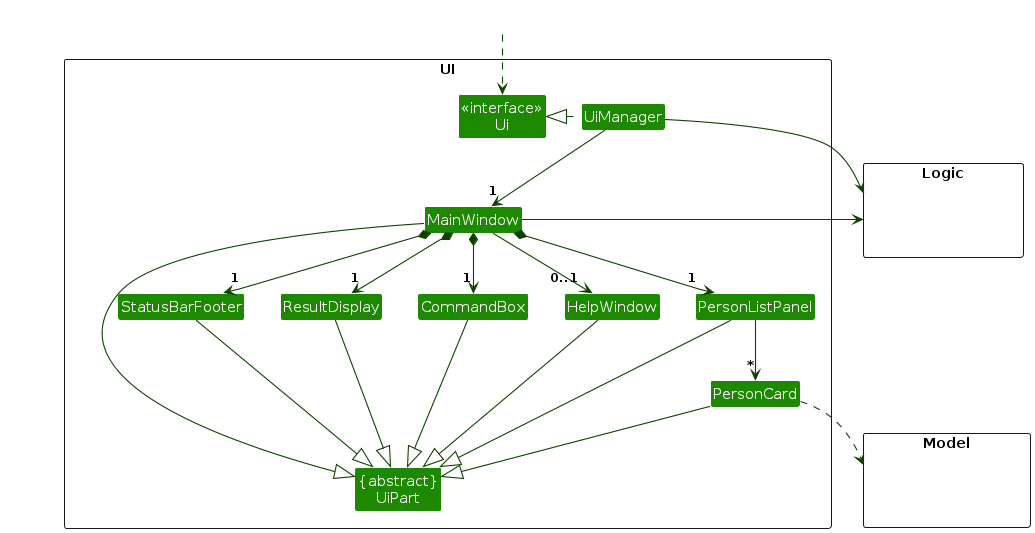
Before: diagrams/UiClassDiagram.png, a diagram exported from PlantUML (AY2627S1-CS2103T-W13-4/tp). Its source is kept beside it as diagrams/UiClassDiagram.puml.
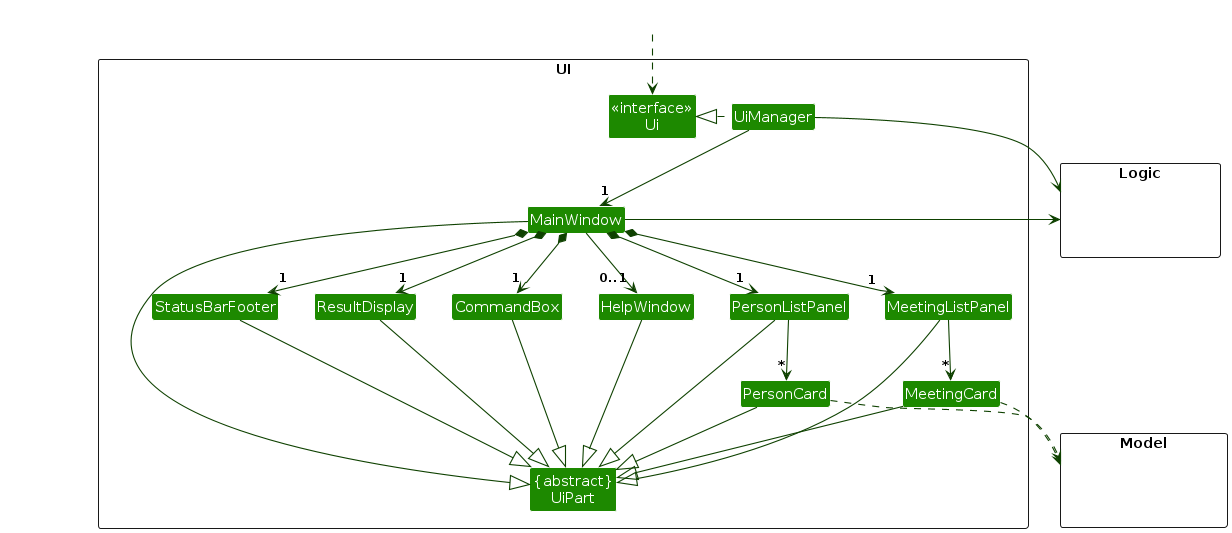
After the commit.

Change to the diagram source:
```diff
@@ -5,24 +5,26 @@
 skinparam classBackgroundColor UI_COLOR
 
 package UI <<Rectangle>>{
-Class "<<interface>>\nUi" as Ui
-Class "{abstract}\nUiPart" as UiPart
-Class UiManager
-Class MainWindow
-Class HelpWindow
-Class ResultDisplay
-Class PersonListPanel
-Class PersonCard
-Class StatusBarFooter
-Class CommandBox
+    Class "<<interface>>\nUi" as Ui
+    Class "{abstract}\nUiPart" as UiPart
+    Class UiManager
+    Class MainWindow
+    Class HelpWindow
+    Class ResultDisplay
+    Class PersonListPanel
+    Class PersonCard
+    Class MeetingListPanel
+    Class MeetingCard
+    Class StatusBarFooter
+    Class CommandBox
 }
 
 package Model <<Rectangle>> {
-Class HiddenModel #FFFFFF
+    Class HiddenModel #FFFFFF
 }
 
 package Logic <<Rectangle>> {
-Class HiddenLogic #FFFFFF
+    Class HiddenLogic #FFFFFF
 }
 
 Class HiddenOutside #FFFFFF
@@ -30,13 +32,15 @@
 
 UiManager .left.|> Ui
 UiManager -down-> "1" MainWindow
-MainWindow *-down->  "1" CommandBox
+MainWindow *-down-> "1" CommandBox
 MainWindow *-down-> "1" ResultDisplay
 MainWindow *-down-> "1" PersonListPanel
+MainWindow *-down-> "1" MeetingListPanel
 MainWindow *-down-> "1" StatusBarFooter
 MainWindow --> "0..1" HelpWindow
 
 PersonListPanel -down-> "*" PersonCard
+MeetingListPanel -down-> "*" MeetingCard
 
 MainWindow -left-|> UiPart
 
@@ -44,10 +48,13 @@
 CommandBox --|> UiPart
 PersonListPanel --|> UiPart
 PersonCard --|> UiPart
+MeetingListPanel --|> UiPart
+MeetingCard --|> UiPart
 StatusBarFooter --|> UiPart
 HelpWindow --|> UiPart
 
 PersonCard ..> Model
+MeetingCard ..> Model
 UiManager -right-> Logic
 MainWindow -left-> Logic
 
```
